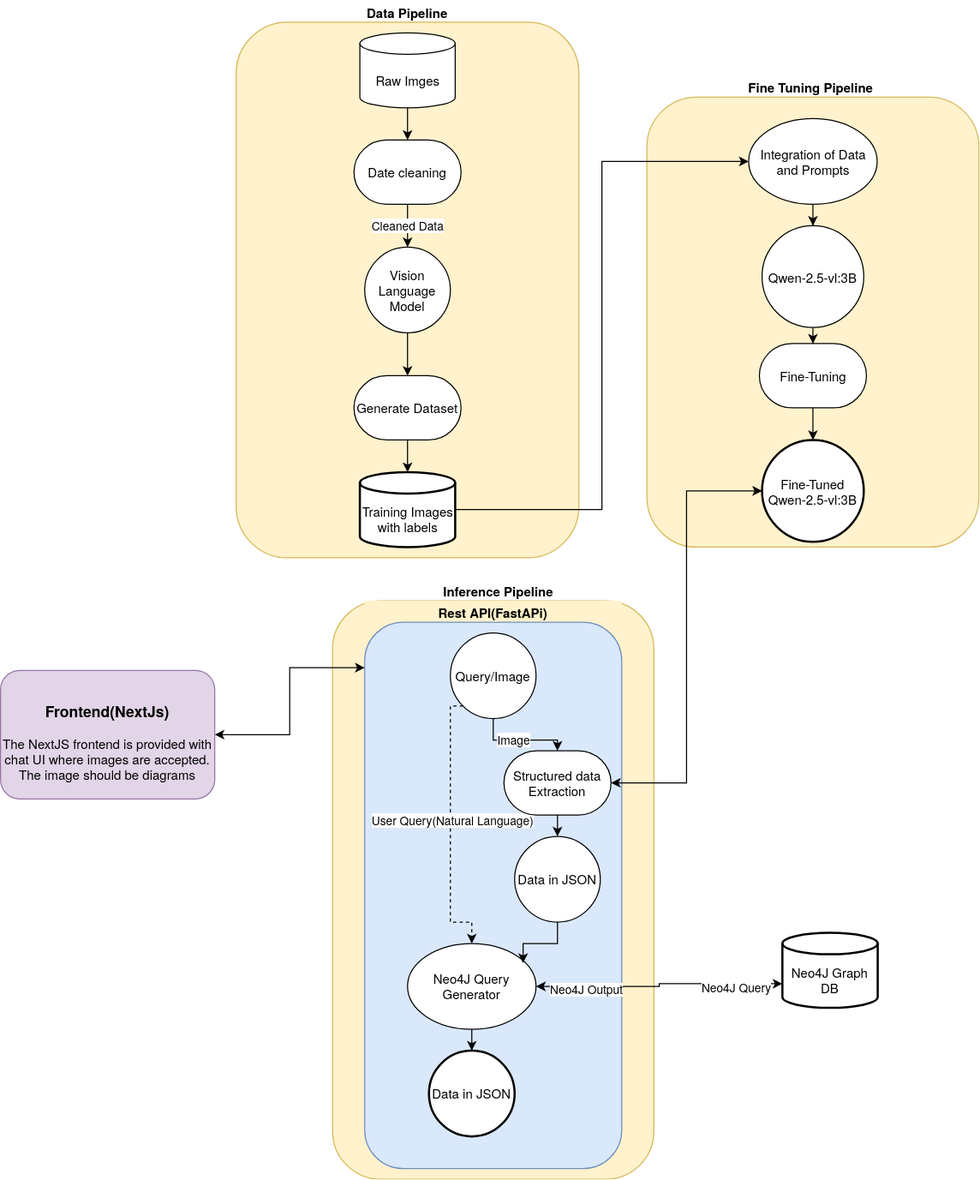
Before: docs/high_level.png, a diagram exported from draw.io (Zackriya-Solutions/diagram2graph). Source tidied: cells renumbered, new cells last; positions are measured from the earlier drawing's top-left corner, leaving out a move shared by most shapes. The source it was exported from:
```xml
<mxGraphModel>
  <root>
    <mxCell id="0" />
    <mxCell id="1" parent="0" />
    <mxCell id="2" value="Data Pipeline" style="swimlane;strokeColor=none;" parent="1" vertex="1">
      <mxGeometry x="220" width="320" height="520" as="geometry" />
    </mxCell>
    <mxCell id="3" style="rounded=1;whiteSpace=wrap;html=1;fillColor=#fff2cc;strokeColor=#d6b656;align=center;" parent="2" vertex="1">
      <mxGeometry y="20" width="320" height="500" as="geometry" />
    </mxCell>
    <mxCell id="4" style="edgeStyle=orthogonalEdgeStyle;rounded=0;jettySize=auto;html=1;" parent="2" edge="1" source="5" target="7">
      <mxGeometry relative="1" as="geometry" />
    </mxCell>
    <mxCell id="5" value="Vision Language Model" style="ellipse;whiteSpace=wrap;html=1;" parent="2" vertex="1">
      <mxGeometry x="120" y="230" width="80" height="80" as="geometry" />
    </mxCell>
    <mxCell id="6" style="edgeStyle=orthogonalEdgeStyle;rounded=0;jettySize=auto;html=1;" parent="2" edge="1" source="7" target="10">
      <mxGeometry relative="1" as="geometry" />
    </mxCell>
    <mxCell id="7" value="Generate Dataset" style="strokeWidth=1;html=1;shape=mxgraph.flowchart.terminator;whiteSpace=wrap;" parent="2" vertex="1">
      <mxGeometry x="110" y="350" width="100" height="60" as="geometry" />
    </mxCell>
    <mxCell id="8" style="edgeStyle=orthogonalEdgeStyle;rounded=0;jettySize=auto;html=1;" parent="2" edge="1" source="9" target="12">
      <mxGeometry relative="1" as="geometry" />
    </mxCell>
    <mxCell id="9" value="Raw Imges" style="shape=cylinder3;boundedLbl=1;backgroundOutline=1;size=10;strokeWidth=1;whiteSpace=wrap;" parent="2" vertex="1">
      <mxGeometry x="115.5" y="30" width="89" height="70" as="geometry" />
    </mxCell>
    <mxCell id="10" value="Training Images with labels" style="shape=cylinder3;boundedLbl=1;backgroundOutline=1;size=10;strokeWidth=2;whiteSpace=wrap;" parent="2" vertex="1">
      <mxGeometry x="115.5" y="440" width="89" height="70" as="geometry" />
    </mxCell>
    <mxCell id="11" value="&lt;div&gt;Cleaned Data&lt;/div&gt;" style="edgeStyle=orthogonalEdgeStyle;rounded=0;jettySize=auto;html=1;" parent="2" edge="1" source="12" target="5">
      <mxGeometry relative="1" as="geometry" />
    </mxCell>
    <mxCell id="12" value="Date cleaning" style="strokeWidth=1;html=1;shape=mxgraph.flowchart.terminator;whiteSpace=wrap;" parent="2" vertex="1">
      <mxGeometry x="110" y="130" width="100" height="60" as="geometry" />
    </mxCell>
    <mxCell id="13" value="Fine Tuning Pipeline" style="swimlane;strokeColor=none;" parent="1" vertex="1">
      <mxGeometry x="603.5" y="70" width="306.5" height="440" as="geometry" />
    </mxCell>
    <mxCell id="14" style="rounded=1;whiteSpace=wrap;html=1;fillColor=#fff2cc;strokeColor=#d6b656;align=center;" parent="13" vertex="1">
      <mxGeometry y="20" width="310" height="420" as="geometry" />
    </mxCell>
    <mxCell id="15" style="edgeStyle=orthogonalEdgeStyle;rounded=0;jettySize=auto;html=1;" parent="13" edge="1" source="16" target="18">
      <mxGeometry relative="1" as="geometry" />
    </mxCell>
    <mxCell id="16" value="Qwen-2.5-vl:3B" style="ellipse;whiteSpace=wrap;html=1;" parent="13" vertex="1">
      <mxGeometry x="107.5" y="140" width="95" height="95" as="geometry" />
    </mxCell>
    <mxCell id="17" style="edgeStyle=orthogonalEdgeStyle;rounded=0;jettySize=auto;html=1;" parent="13" edge="1" source="18" target="19">
      <mxGeometry relative="1" as="geometry" />
    </mxCell>
    <mxCell id="18" value="Fine-Tuning" style="strokeWidth=1;html=1;shape=mxgraph.flowchart.terminator;whiteSpace=wrap;" parent="13" vertex="1">
      <mxGeometry x="105" y="250" width="100" height="60" as="geometry" />
    </mxCell>
    <mxCell id="19" value="Fine-Tuned Qwen-2.5-vl:3B" style="ellipse;whiteSpace=wrap;html=1;strokeWidth=2;" parent="13" vertex="1">
      <mxGeometry x="107.5" y="340" width="95" height="95" as="geometry" />
    </mxCell>
    <mxCell id="20" style="edgeStyle=orthogonalEdgeStyle;rounded=0;jettySize=auto;html=1;" parent="13" edge="1" source="21" target="16">
      <mxGeometry relative="1" as="geometry" />
    </mxCell>
    <mxCell id="21" value="Integration of Data and Prompts" style="ellipse;whiteSpace=wrap;html=1;" parent="13" vertex="1">
      <mxGeometry x="95" y="40" width="120" height="80" as="geometry" />
    </mxCell>
    <mxCell id="22" style="edgeStyle=orthogonalEdgeStyle;rounded=0;jettySize=auto;html=1;entryX=0;entryY=0.5;entryDx=0;entryDy=0;" parent="1" edge="1" source="10" target="21">
      <mxGeometry relative="1" as="geometry" />
    </mxCell>
    <mxCell id="23" value="Inference Pipeline" style="swimlane;strokeColor=none;" parent="1" vertex="1">
      <mxGeometry x="310" y="540" width="310" height="560" as="geometry" />
    </mxCell>
    <mxCell id="24" style="rounded=1;whiteSpace=wrap;html=1;fillColor=#fff2cc;strokeColor=#d6b656;align=center;" parent="23" vertex="1">
      <mxGeometry y="20" width="300" height="540" as="geometry" />
    </mxCell>
    <mxCell id="25" value="Rest API(FastAPi)" style="swimlane;labelBorderColor=none;fillColor=#fff2cc;strokeColor=none;" parent="23" vertex="1">
      <mxGeometry x="30" y="20" width="240" height="250" as="geometry" />
    </mxCell>
    <mxCell id="26" style="rounded=1;whiteSpace=wrap;html=1;fillColor=#dae8fc;strokeColor=#6c8ebf;align=center;" parent="23" vertex="1">
      <mxGeometry x="30" y="40" width="240" height="510" as="geometry" />
    </mxCell>
    <mxCell id="27" style="edgeStyle=orthogonalEdgeStyle;rounded=0;jettySize=auto;html=1;exitX=0;exitY=1;exitDx=0;exitDy=0;entryX=0.5;entryY=0;entryDx=0;entryDy=0;dashed=1;" parent="23" edge="1" source="29" target="36">
      <mxGeometry relative="1" as="geometry">
        <Array as="points">
          <mxPoint x="110" y="118" />
          <mxPoint x="110" y="320" />
          <mxPoint x="130" y="320" />
        </Array>
      </mxGeometry>
    </mxCell>
    <mxCell id="28" value="User Query(Natural Language)" style="edgeLabel;html=1;align=center;verticalAlign=middle;" parent="27" vertex="1">
      <mxGeometry x="-0.07" y="1" relative="1" as="geometry" />
    </mxCell>
    <mxCell id="29" value="Query/Image" style="ellipse;whiteSpace=wrap;html=1;" parent="23" vertex="1">
      <mxGeometry x="110" y="50" width="80" height="80" as="geometry" />
    </mxCell>
    <mxCell id="30" style="edgeStyle=orthogonalEdgeStyle;rounded=0;jettySize=auto;html=1;exitX=0.5;exitY=1;exitDx=0;exitDy=0;exitPerimeter=0;entryX=0.5;entryY=0;entryDx=0;entryDy=0;" parent="23" edge="1" source="31" target="32">
      <mxGeometry relative="1" as="geometry" />
    </mxCell>
    <mxCell id="31" value="Structured data Extraction" style="strokeWidth=1;html=1;shape=mxgraph.flowchart.terminator;whiteSpace=wrap;" parent="23" vertex="1">
      <mxGeometry x="160" y="160" width="100" height="60" as="geometry" />
    </mxCell>
    <mxCell id="32" value="Data in JSON" style="ellipse;whiteSpace=wrap;html=1;strokeWidth=1;" parent="23" vertex="1">
      <mxGeometry x="170" y="240" width="80" height="80" as="geometry" />
    </mxCell>
    <mxCell id="33" style="edgeStyle=orthogonalEdgeStyle;rounded=0;jettySize=auto;html=1;exitX=0.5;exitY=1;exitDx=0;exitDy=0;entryX=0.5;entryY=0;entryDx=0;entryDy=0;entryPerimeter=0;" parent="23" edge="1" source="29" target="31">
      <mxGeometry relative="1" as="geometry" />
    </mxCell>
    <mxCell id="34" value="Image" style="edgeLabel;html=1;align=center;verticalAlign=middle;" parent="33" vertex="1">
      <mxGeometry x="-0.16" y="1" relative="1" as="geometry" />
    </mxCell>
    <mxCell id="35" style="edgeStyle=orthogonalEdgeStyle;rounded=0;jettySize=auto;html=1;" parent="23" edge="1" source="36" target="38">
      <mxGeometry relative="1" as="geometry" />
    </mxCell>
    <mxCell id="36" value="&lt;div&gt;Neo4J Query Generator&lt;/div&gt;" style="ellipse;whiteSpace=wrap;html=1;" parent="23" vertex="1">
      <mxGeometry x="70" y="340" width="120" height="80" as="geometry" />
    </mxCell>
    <mxCell id="37" style="edgeStyle=orthogonalEdgeStyle;rounded=0;jettySize=auto;html=1;entryX=0.899;entryY=0.227;entryDx=0;entryDy=0;entryPerimeter=0;" parent="23" edge="1" source="32" target="36">
      <mxGeometry relative="1" as="geometry" />
    </mxCell>
    <mxCell id="38" value="Data in JSON" style="ellipse;whiteSpace=wrap;html=1;strokeWidth=2;" parent="23" vertex="1">
      <mxGeometry x="90" y="440" width="80" height="80" as="geometry" />
    </mxCell>
    <mxCell id="39" style="edgeStyle=orthogonalEdgeStyle;rounded=0;jettySize=auto;html=1;exitX=1;exitY=0.5;exitDx=0;exitDy=0;entryX=0;entryY=0.25;entryDx=0;entryDy=0;startArrow=classic;startFill=1;" parent="1" edge="1" source="40" target="25">
      <mxGeometry relative="1" as="geometry" />
    </mxCell>
    <mxCell id="40" value="&lt;h3&gt;Frontend(NextJs)&lt;br&gt;&lt;/h3&gt;&lt;div&gt;The NextJS frontend is provided with chat UI where images are accepted. The image should be diagrams &lt;br&gt;&lt;/div&gt;" style="rounded=1;whiteSpace=wrap;html=1;fillColor=#e1d5e7;strokeColor=#9673a6;align=center;" parent="1" vertex="1">
      <mxGeometry y="625" width="200" height="120" as="geometry" />
    </mxCell>
    <mxCell id="41" value="Neo4J Graph DB" style="shape=cylinder3;boundedLbl=1;backgroundOutline=1;size=10;strokeWidth=2;whiteSpace=wrap;" parent="1" vertex="1">
      <mxGeometry x="730" y="870" width="89" height="70" as="geometry" />
    </mxCell>
    <mxCell id="42" style="edgeStyle=orthogonalEdgeStyle;rounded=0;jettySize=auto;html=1;exitX=1;exitY=0.5;exitDx=0;exitDy=0;entryX=0;entryY=0;entryDx=0;entryDy=47.5;entryPerimeter=0;startArrow=classic;startFill=1;" parent="1" edge="1" source="36" target="41">
      <mxGeometry relative="1" as="geometry" />
    </mxCell>
    <mxCell id="43" value="Neo4J Query" style="edgeLabel;html=1;align=center;verticalAlign=middle;" parent="42" vertex="1">
      <mxGeometry x="0.64" y="-1" relative="1" as="geometry">
        <mxPoint x="-1" y="2" as="offset" />
      </mxGeometry>
    </mxCell>
    <mxCell id="44" value="Neo4J Output" style="edgeLabel;html=1;align=center;verticalAlign=middle;" parent="42" vertex="1">
      <mxGeometry x="-0.79" y="-2" relative="1" as="geometry">
        <mxPoint x="21" as="offset" />
      </mxGeometry>
    </mxCell>
    <mxCell id="45" style="edgeStyle=orthogonalEdgeStyle;rounded=0;jettySize=auto;html=1;entryX=1;entryY=0.5;entryDx=0;entryDy=0;entryPerimeter=0;startArrow=classic;startFill=1;" parent="1" edge="1" source="19" target="31">
      <mxGeometry relative="1" as="geometry" />
    </mxCell>
  </root>
</mxGraphModel>
```
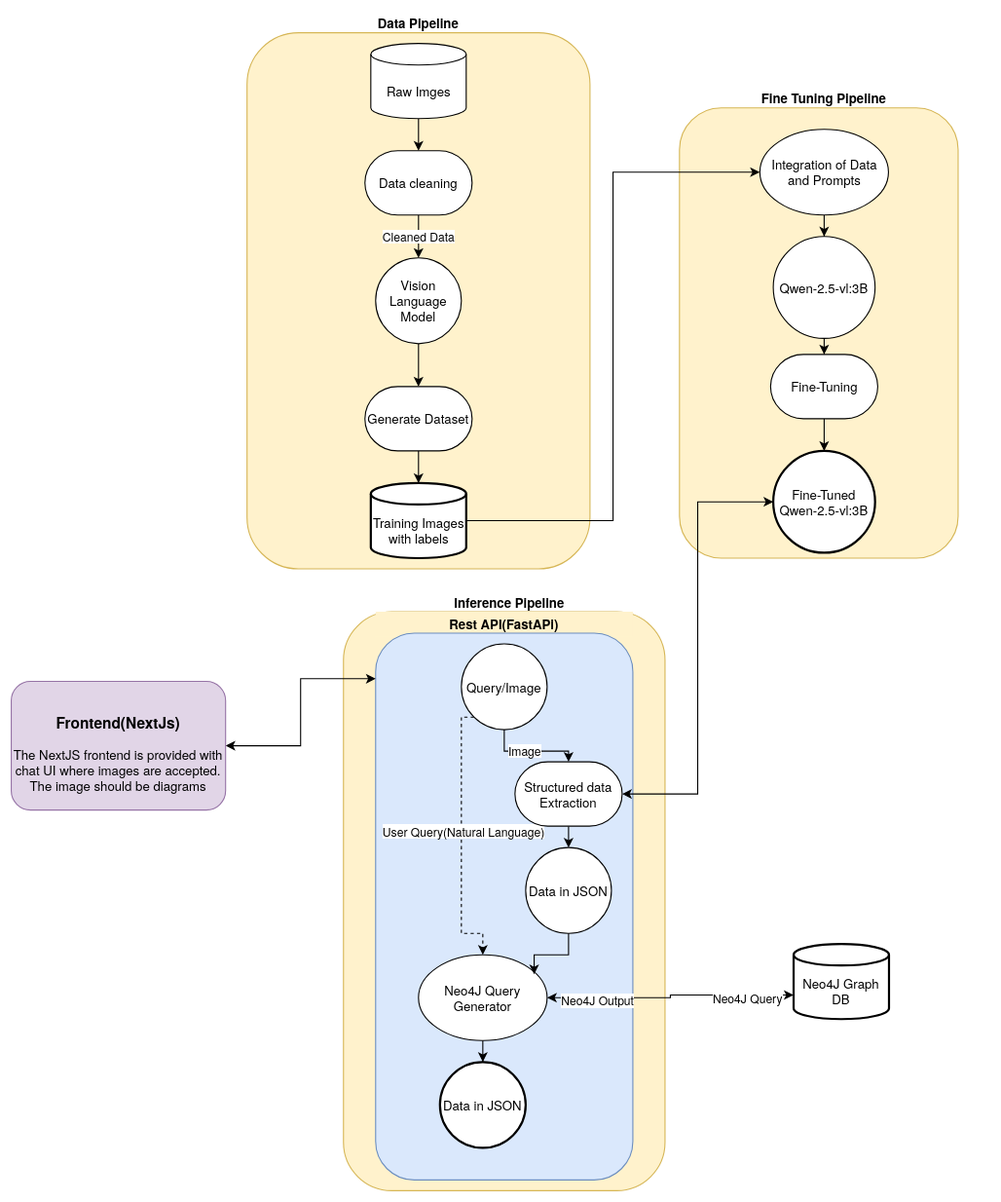
Above is the later version.

Diff of the diagram source:
```diff
@@ -32,14 +32,14 @@
     <mxCell id="11" value="&lt;div&gt;Cleaned Data&lt;/div&gt;" style="edgeStyle=orthogonalEdgeStyle;rounded=0;jettySize=auto;html=1;" parent="2" edge="1" source="12" target="5">
       <mxGeometry relative="1" as="geometry" />
     </mxCell>
-    <mxCell id="12" value="Date cleaning" style="strokeWidth=1;html=1;shape=mxgraph.flowchart.terminator;whiteSpace=wrap;" parent="2" vertex="1">
+    <mxCell id="12" value="Data cleaning" style="strokeWidth=1;html=1;shape=mxgraph.flowchart.terminator;whiteSpace=wrap;" parent="2" vertex="1">
       <mxGeometry x="110" y="130" width="100" height="60" as="geometry" />
     </mxCell>
     <mxCell id="13" value="Fine Tuning Pipeline" style="swimlane;strokeColor=none;" parent="1" vertex="1">
-      <mxGeometry x="603.5" y="70" width="306.5" height="440" as="geometry" />
+      <mxGeometry x="603.5" y="70" width="310" height="440" as="geometry" />
     </mxCell>
     <mxCell id="14" style="rounded=1;whiteSpace=wrap;html=1;fillColor=#fff2cc;strokeColor=#d6b656;align=center;" parent="13" vertex="1">
-      <mxGeometry y="20" width="310" height="420" as="geometry" />
+      <mxGeometry x="20" y="20" width="260" height="420" as="geometry" />
     </mxCell>
     <mxCell id="15" style="edgeStyle=orthogonalEdgeStyle;rounded=0;jettySize=auto;html=1;" parent="13" edge="1" source="16" target="18">
       <mxGeometry relative="1" as="geometry" />
```
